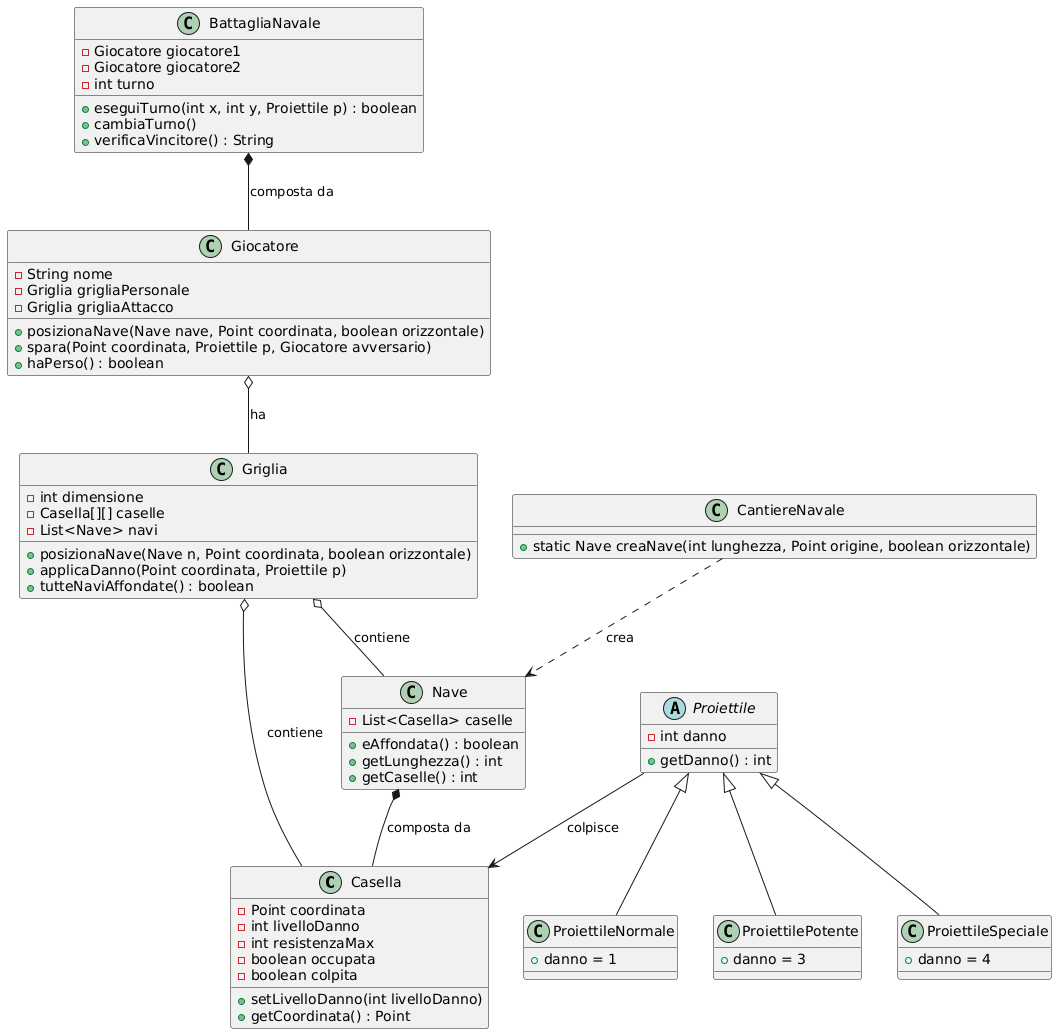
Above: docs/model.png in l-papadopol/BattleShip-AI (PlantUML), before the change.
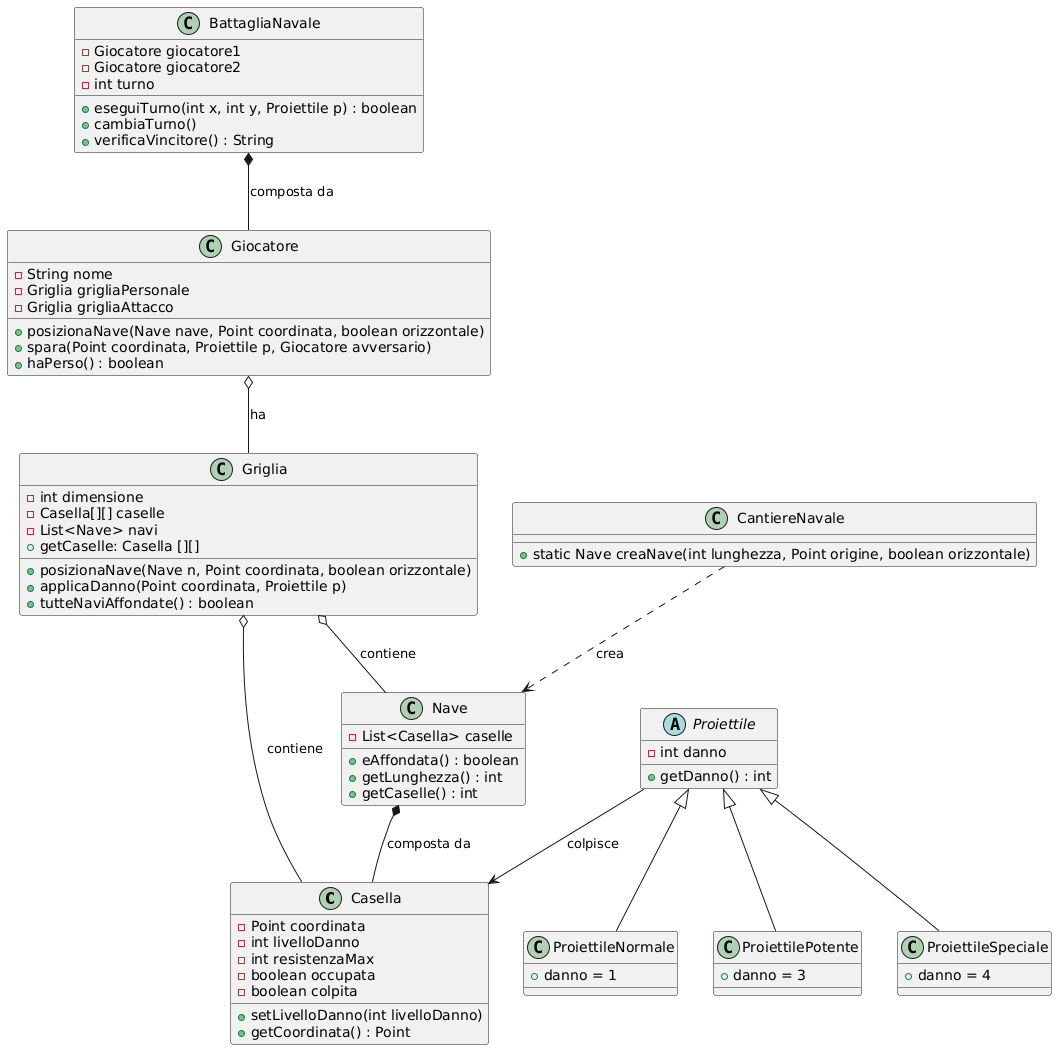
The same file after the commit.

Change to the diagram source:
```diff
@@ -23,6 +23,7 @@
     + posizionaNave(Nave n, Point coordinata, boolean orizzontale)
     + applicaDanno(Point coordinata, Proiettile p)
     + tutteNaviAffondate() : boolean
+    + getCaselle: Casella [][]
 }
 
 class Giocatore {
```
